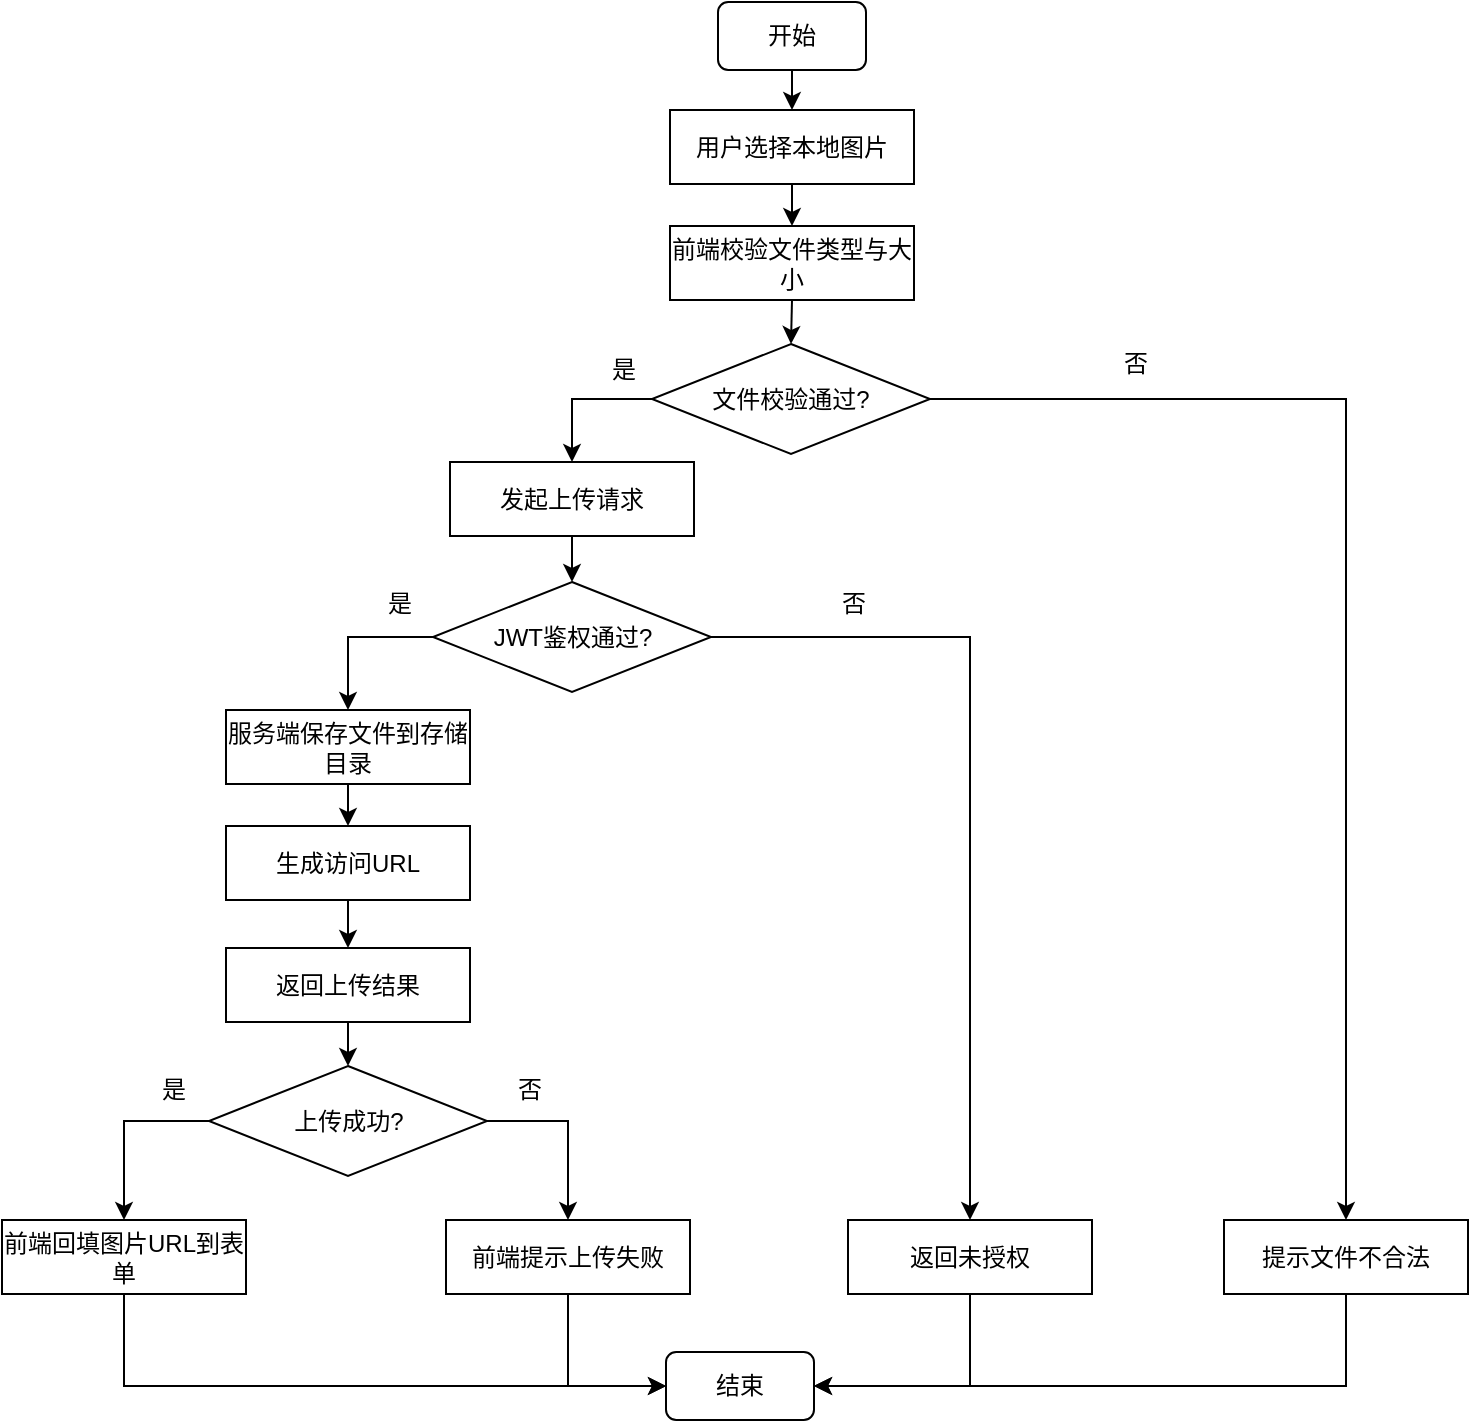
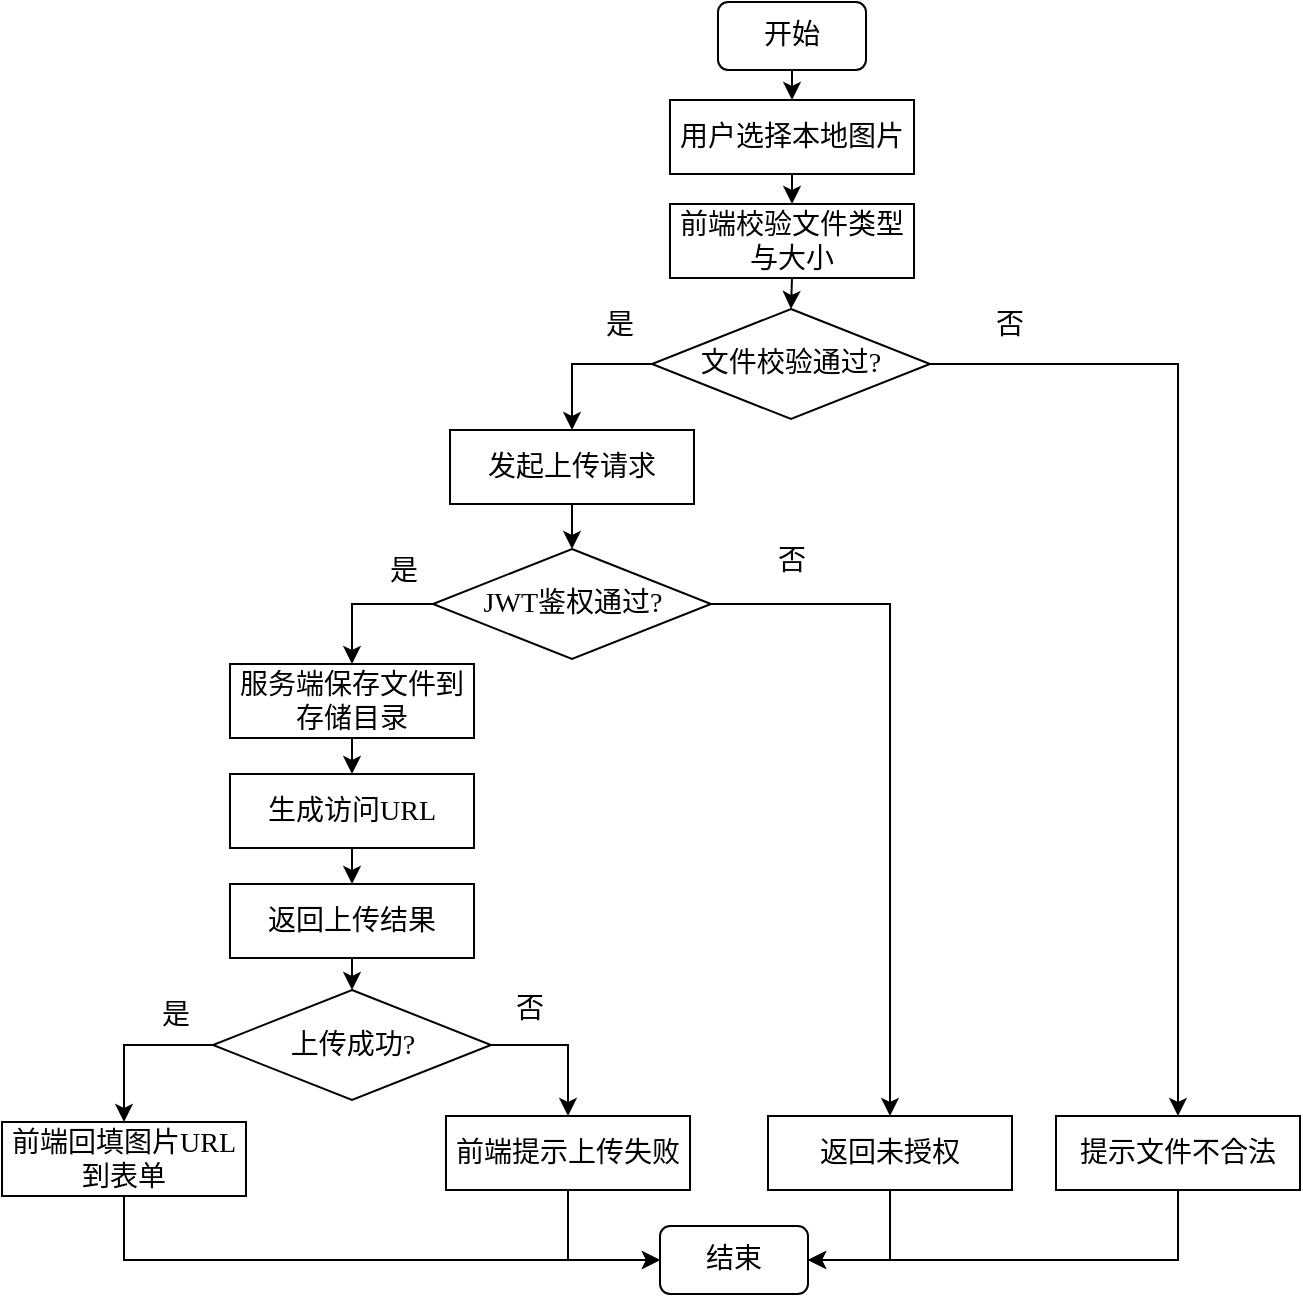
<mxfile host="app.diagrams.net">
  <diagram name="第 1 页" id="8rbLotPfemy9bA8sLSZM">
-     <mxGraphModel dx="1160" dy="824" grid="0" gridSize="10" guides="1" tooltips="1" connect="1" arrows="1" fold="1" page="1" pageScale="1" pageWidth="827" pageHeight="1169" math="0" shadow="0">
+     <mxGraphModel dx="1406" dy="780" grid="0" gridSize="10" guides="1" tooltips="1" connect="1" arrows="1" fold="1" page="1" pageScale="1" pageWidth="827" pageHeight="1169" math="0" shadow="0">
      <root>
        <mxCell id="0" />
        <mxCell id="1" parent="0" />
-         <mxCell id="-TWtyErHsBBq8LiOBw_3-1" parent="1" style="rounded=1;whiteSpace=wrap;html=1;" value="&lt;span style=&quot;font-size: 12px;&quot;&gt;开始&lt;/span&gt;" vertex="1">
+         <mxCell id="-TWtyErHsBBq8LiOBw_3-1" parent="1" style="rounded=1;whiteSpace=wrap;html=1;fontFamily=仿宋;fontSize=14;" value="&lt;span&gt;开始&lt;/span&gt;" vertex="1">
          <mxGeometry height="34" width="74" x="377" y="18" as="geometry" />
        </mxCell>
-         <mxCell id="-TWtyErHsBBq8LiOBw_3-2" parent="1" style="rounded=0;whiteSpace=wrap;html=1;" value="&lt;span style=&quot;font-size: 12px;&quot;&gt;用户选择本地图片&lt;/span&gt;" vertex="1">
-           <mxGeometry height="37" width="122" x="353" y="72" as="geometry" />
+         <mxCell id="-TWtyErHsBBq8LiOBw_3-2" parent="1" style="rounded=0;whiteSpace=wrap;html=1;fontFamily=仿宋;fontSize=14;" value="&lt;span&gt;用户选择本地图片&lt;/span&gt;" vertex="1">
+           <mxGeometry height="37" width="122" x="353" y="67" as="geometry" />
        </mxCell>
-         <mxCell id="-TWtyErHsBBq8LiOBw_3-3" parent="1" style="rounded=0;whiteSpace=wrap;html=1;" value="&lt;span style=&quot;font-size: 12px;&quot;&gt;前端校验文件类型与大小&lt;/span&gt;" vertex="1">
-           <mxGeometry height="37" width="122" x="353" y="130" as="geometry" />
+         <mxCell id="-TWtyErHsBBq8LiOBw_3-3" parent="1" style="rounded=0;whiteSpace=wrap;html=1;fontFamily=仿宋;fontSize=14;" value="&lt;span&gt;前端校验文件类型与大小&lt;/span&gt;" vertex="1">
+           <mxGeometry height="37" width="122" x="353" y="119" as="geometry" />
        </mxCell>
-         <mxCell id="-TWtyErHsBBq8LiOBw_3-4" parent="1" style="rounded=0;whiteSpace=wrap;html=1;" value="&lt;span style=&quot;font-size: 12px;&quot;&gt;发起上传请求&lt;/span&gt;" vertex="1">
-           <mxGeometry height="37" width="122" x="243" y="248" as="geometry" />
+         <mxCell id="-TWtyErHsBBq8LiOBw_3-4" parent="1" style="rounded=0;whiteSpace=wrap;html=1;fontFamily=仿宋;fontSize=14;" value="&lt;span&gt;发起上传请求&lt;/span&gt;" vertex="1">
+           <mxGeometry height="37" width="122" x="243" y="232" as="geometry" />
        </mxCell>
-         <mxCell id="-TWtyErHsBBq8LiOBw_3-5" parent="1" style="rounded=0;whiteSpace=wrap;html=1;" value="&lt;span style=&quot;font-size: 12px;&quot;&gt;服务端保存文件到存储目录&lt;/span&gt;" vertex="1">
-           <mxGeometry height="37" width="122" x="131" y="372" as="geometry" />
+         <mxCell id="-TWtyErHsBBq8LiOBw_3-5" parent="1" style="rounded=0;whiteSpace=wrap;html=1;fontFamily=仿宋;fontSize=14;" value="&lt;span&gt;服务端保存文件到存储目录&lt;/span&gt;" vertex="1">
+           <mxGeometry height="37" width="122" x="133" y="349" as="geometry" />
        </mxCell>
-         <mxCell id="-TWtyErHsBBq8LiOBw_3-6" parent="1" style="rounded=0;whiteSpace=wrap;html=1;" value="&lt;span style=&quot;font-size: 12px;&quot;&gt;生成访问URL&lt;/span&gt;" vertex="1">
-           <mxGeometry height="37" width="122" x="131" y="430" as="geometry" />
+         <mxCell id="-TWtyErHsBBq8LiOBw_3-6" parent="1" style="rounded=0;whiteSpace=wrap;html=1;fontFamily=仿宋;fontSize=14;" value="&lt;span&gt;生成访问URL&lt;/span&gt;" vertex="1">
+           <mxGeometry height="37" width="122" x="133" y="404" as="geometry" />
        </mxCell>
-         <mxCell id="-TWtyErHsBBq8LiOBw_3-7" parent="1" style="rounded=0;whiteSpace=wrap;html=1;" value="&lt;span style=&quot;font-size: 12px;&quot;&gt;返回上传结果&lt;/span&gt;" vertex="1">
-           <mxGeometry height="37" width="122" x="131" y="491" as="geometry" />
+         <mxCell id="-TWtyErHsBBq8LiOBw_3-7" parent="1" style="rounded=0;whiteSpace=wrap;html=1;fontFamily=仿宋;fontSize=14;" value="&lt;span&gt;返回上传结果&lt;/span&gt;" vertex="1">
+           <mxGeometry height="37" width="122" x="133" y="459" as="geometry" />
        </mxCell>
-         <mxCell id="-TWtyErHsBBq8LiOBw_3-8" parent="1" style="rounded=0;whiteSpace=wrap;html=1;" value="&lt;span style=&quot;font-size: 12px;&quot;&gt;前端回填图片URL到表单&lt;/span&gt;" vertex="1">
-           <mxGeometry height="37" width="122" x="19" y="627" as="geometry" />
+         <mxCell id="-TWtyErHsBBq8LiOBw_3-8" parent="1" style="rounded=0;whiteSpace=wrap;html=1;fontFamily=仿宋;fontSize=14;" value="&lt;span&gt;前端回填图片URL到表单&lt;/span&gt;" vertex="1">
+           <mxGeometry height="37" width="122" x="19" y="578" as="geometry" />
        </mxCell>
-         <mxCell id="-TWtyErHsBBq8LiOBw_3-9" parent="1" style="rounded=0;whiteSpace=wrap;html=1;" value="&lt;span style=&quot;font-size: 12px;&quot;&gt;前端提示上传失败&lt;/span&gt;" vertex="1">
-           <mxGeometry height="37" width="122" x="241" y="627" as="geometry" />
+         <mxCell id="-TWtyErHsBBq8LiOBw_3-9" parent="1" style="rounded=0;whiteSpace=wrap;html=1;fontFamily=仿宋;fontSize=14;" value="&lt;span&gt;前端提示上传失败&lt;/span&gt;" vertex="1">
+           <mxGeometry height="37" width="122" x="241" y="575" as="geometry" />
        </mxCell>
-         <mxCell id="-TWtyErHsBBq8LiOBw_3-10" parent="1" style="rounded=0;whiteSpace=wrap;html=1;" value="&lt;span style=&quot;font-size: 12px;&quot;&gt;返回未授权&lt;/span&gt;" vertex="1">
-           <mxGeometry height="37" width="122" x="442" y="627" as="geometry" />
+         <mxCell id="-TWtyErHsBBq8LiOBw_3-10" parent="1" style="rounded=0;whiteSpace=wrap;html=1;fontFamily=仿宋;fontSize=14;" value="&lt;span&gt;返回未授权&lt;/span&gt;" vertex="1">
+           <mxGeometry height="37" width="122" x="402" y="575" as="geometry" />
        </mxCell>
-         <mxCell id="-TWtyErHsBBq8LiOBw_3-11" parent="1" style="rounded=0;whiteSpace=wrap;html=1;" value="&lt;span style=&quot;font-size: 12px;&quot;&gt;提示文件不合法&lt;/span&gt;" vertex="1">
-           <mxGeometry height="37" width="122" x="630" y="627" as="geometry" />
+         <mxCell id="-TWtyErHsBBq8LiOBw_3-11" parent="1" style="rounded=0;whiteSpace=wrap;html=1;fontFamily=仿宋;fontSize=14;" value="&lt;span&gt;提示文件不合法&lt;/span&gt;" vertex="1">
+           <mxGeometry height="37" width="122" x="546" y="575" as="geometry" />
        </mxCell>
-         <mxCell id="-TWtyErHsBBq8LiOBw_3-12" parent="1" style="rhombus;whiteSpace=wrap;html=1;" value="&lt;span style=&quot;font-size: 12px;&quot;&gt;文件校验通过?&lt;/span&gt;" vertex="1">
-           <mxGeometry height="55" width="139" x="344" y="189" as="geometry" />
+         <mxCell id="-TWtyErHsBBq8LiOBw_3-12" parent="1" style="rhombus;whiteSpace=wrap;html=1;fontFamily=仿宋;fontSize=14;" value="&lt;span&gt;文件校验通过?&lt;/span&gt;" vertex="1">
+           <mxGeometry height="55" width="139" x="344" y="171.5" as="geometry" />
        </mxCell>
-         <mxCell id="-TWtyErHsBBq8LiOBw_3-13" parent="1" style="rhombus;whiteSpace=wrap;html=1;" value="&lt;span style=&quot;font-size: 12px;&quot;&gt;JWT鉴权通过?&lt;/span&gt;" vertex="1">
-           <mxGeometry height="55" width="139" x="234.5" y="308" as="geometry" />
+         <mxCell id="-TWtyErHsBBq8LiOBw_3-13" parent="1" style="rhombus;whiteSpace=wrap;html=1;fontFamily=仿宋;fontSize=14;" value="&lt;span&gt;JWT鉴权通过?&lt;/span&gt;" vertex="1">
+           <mxGeometry height="55" width="139" x="234.5" y="291.5" as="geometry" />
        </mxCell>
-         <mxCell id="-TWtyErHsBBq8LiOBw_3-14" parent="1" style="rhombus;whiteSpace=wrap;html=1;" value="&lt;span style=&quot;font-size: 12px;&quot;&gt;上传成功?&lt;/span&gt;" vertex="1">
-           <mxGeometry height="55" width="139" x="122.5" y="550" as="geometry" />
+         <mxCell id="-TWtyErHsBBq8LiOBw_3-14" parent="1" style="rhombus;whiteSpace=wrap;html=1;fontFamily=仿宋;fontSize=14;" value="&lt;span&gt;上传成功?&lt;/span&gt;" vertex="1">
+           <mxGeometry height="55" width="139" x="124.5" y="512" as="geometry" />
        </mxCell>
-         <mxCell id="-TWtyErHsBBq8LiOBw_3-15" edge="1" parent="1" source="-TWtyErHsBBq8LiOBw_3-1" style="endArrow=classic;html=1;rounded=0;exitX=0.5;exitY=1;exitDx=0;exitDy=0;entryX=0.5;entryY=0;entryDx=0;entryDy=0;" target="-TWtyErHsBBq8LiOBw_3-2" value="">
+         <mxCell id="-TWtyErHsBBq8LiOBw_3-15" edge="1" parent="1" source="-TWtyErHsBBq8LiOBw_3-1" style="endArrow=classic;html=1;rounded=0;exitX=0.5;exitY=1;exitDx=0;exitDy=0;entryX=0.5;entryY=0;entryDx=0;entryDy=0;fontFamily=仿宋;fontSize=14;" target="-TWtyErHsBBq8LiOBw_3-2" value="">
          <mxGeometry height="50" relative="1" width="50" as="geometry">
            <mxPoint x="388" y="227" as="sourcePoint" />
            <mxPoint x="438" y="177" as="targetPoint" />
          </mxGeometry>
        </mxCell>
-         <mxCell id="-TWtyErHsBBq8LiOBw_3-17" edge="1" parent="1" source="-TWtyErHsBBq8LiOBw_3-2" style="endArrow=classic;html=1;rounded=0;exitX=0.5;exitY=1;exitDx=0;exitDy=0;entryX=0.5;entryY=0;entryDx=0;entryDy=0;" target="-TWtyErHsBBq8LiOBw_3-3" value="">
+         <mxCell id="-TWtyErHsBBq8LiOBw_3-17" edge="1" parent="1" source="-TWtyErHsBBq8LiOBw_3-2" style="endArrow=classic;html=1;rounded=0;exitX=0.5;exitY=1;exitDx=0;exitDy=0;entryX=0.5;entryY=0;entryDx=0;entryDy=0;fontFamily=仿宋;fontSize=14;" target="-TWtyErHsBBq8LiOBw_3-3" value="">
          <mxGeometry height="50" relative="1" width="50" as="geometry">
            <mxPoint x="627" y="205" as="sourcePoint" />
            <mxPoint x="629" y="247" as="targetPoint" />
          </mxGeometry>
        </mxCell>
-         <mxCell id="-TWtyErHsBBq8LiOBw_3-18" edge="1" parent="1" source="-TWtyErHsBBq8LiOBw_3-3" style="endArrow=classic;html=1;rounded=0;exitX=0.5;exitY=1;exitDx=0;exitDy=0;entryX=0.5;entryY=0;entryDx=0;entryDy=0;" target="-TWtyErHsBBq8LiOBw_3-12" value="">
+         <mxCell id="-TWtyErHsBBq8LiOBw_3-18" edge="1" parent="1" source="-TWtyErHsBBq8LiOBw_3-3" style="endArrow=classic;html=1;rounded=0;exitX=0.5;exitY=1;exitDx=0;exitDy=0;entryX=0.5;entryY=0;entryDx=0;entryDy=0;fontFamily=仿宋;fontSize=14;" target="-TWtyErHsBBq8LiOBw_3-12" value="">
          <mxGeometry height="50" relative="1" width="50" as="geometry">
            <mxPoint x="545" y="301" as="sourcePoint" />
            <mxPoint x="547" y="343" as="targetPoint" />
          </mxGeometry>
        </mxCell>
-         <mxCell id="-TWtyErHsBBq8LiOBw_3-19" edge="1" parent="1" source="-TWtyErHsBBq8LiOBw_3-4" style="endArrow=classic;html=1;rounded=0;exitX=0.5;exitY=1;exitDx=0;exitDy=0;entryX=0.5;entryY=0;entryDx=0;entryDy=0;" target="-TWtyErHsBBq8LiOBw_3-13" value="">
+         <mxCell id="-TWtyErHsBBq8LiOBw_3-19" edge="1" parent="1" source="-TWtyErHsBBq8LiOBw_3-4" style="endArrow=classic;html=1;rounded=0;exitX=0.5;exitY=1;exitDx=0;exitDy=0;entryX=0.5;entryY=0;entryDx=0;entryDy=0;fontFamily=仿宋;fontSize=14;" target="-TWtyErHsBBq8LiOBw_3-13" value="">
          <mxGeometry height="50" relative="1" width="50" as="geometry">
            <mxPoint x="451" y="369" as="sourcePoint" />
            <mxPoint x="453" y="411" as="targetPoint" />
          </mxGeometry>
        </mxCell>
-         <mxCell id="-TWtyErHsBBq8LiOBw_3-20" edge="1" parent="1" source="-TWtyErHsBBq8LiOBw_3-5" style="endArrow=classic;html=1;rounded=0;exitX=0.5;exitY=1;exitDx=0;exitDy=0;entryX=0.5;entryY=0;entryDx=0;entryDy=0;" target="-TWtyErHsBBq8LiOBw_3-6" value="">
+         <mxCell id="-TWtyErHsBBq8LiOBw_3-20" edge="1" parent="1" source="-TWtyErHsBBq8LiOBw_3-5" style="endArrow=classic;html=1;rounded=0;exitX=0.5;exitY=1;exitDx=0;exitDy=0;entryX=0.5;entryY=0;entryDx=0;entryDy=0;fontFamily=仿宋;fontSize=14;" target="-TWtyErHsBBq8LiOBw_3-6" value="">
          <mxGeometry height="50" relative="1" width="50" as="geometry">
            <mxPoint x="272" y="507" as="sourcePoint" />
            <mxPoint x="274" y="549" as="targetPoint" />
          </mxGeometry>
        </mxCell>
-         <mxCell id="-TWtyErHsBBq8LiOBw_3-21" edge="1" parent="1" source="-TWtyErHsBBq8LiOBw_3-6" style="endArrow=classic;html=1;rounded=0;exitX=0.5;exitY=1;exitDx=0;exitDy=0;entryX=0.5;entryY=0;entryDx=0;entryDy=0;" target="-TWtyErHsBBq8LiOBw_3-7" value="">
+         <mxCell id="-TWtyErHsBBq8LiOBw_3-21" edge="1" parent="1" source="-TWtyErHsBBq8LiOBw_3-6" style="endArrow=classic;html=1;rounded=0;exitX=0.5;exitY=1;exitDx=0;exitDy=0;entryX=0.5;entryY=0;entryDx=0;entryDy=0;fontFamily=仿宋;fontSize=14;" target="-TWtyErHsBBq8LiOBw_3-7" value="">
          <mxGeometry height="50" relative="1" width="50" as="geometry">
            <mxPoint x="288" y="690" as="sourcePoint" />
            <mxPoint x="290" y="732" as="targetPoint" />
          </mxGeometry>
        </mxCell>
-         <mxCell id="-TWtyErHsBBq8LiOBw_3-22" edge="1" parent="1" source="-TWtyErHsBBq8LiOBw_3-7" style="endArrow=classic;html=1;rounded=0;exitX=0.5;exitY=1;exitDx=0;exitDy=0;entryX=0.5;entryY=0;entryDx=0;entryDy=0;" target="-TWtyErHsBBq8LiOBw_3-14" value="">
+         <mxCell id="-TWtyErHsBBq8LiOBw_3-22" edge="1" parent="1" source="-TWtyErHsBBq8LiOBw_3-7" style="endArrow=classic;html=1;rounded=0;exitX=0.5;exitY=1;exitDx=0;exitDy=0;entryX=0.5;entryY=0;entryDx=0;entryDy=0;fontFamily=仿宋;fontSize=14;" target="-TWtyErHsBBq8LiOBw_3-14" value="">
          <mxGeometry height="50" relative="1" width="50" as="geometry">
            <mxPoint x="360" y="680" as="sourcePoint" />
            <mxPoint x="362" y="722" as="targetPoint" />
          </mxGeometry>
        </mxCell>
-         <mxCell id="-TWtyErHsBBq8LiOBw_3-23" edge="1" parent="1" source="-TWtyErHsBBq8LiOBw_3-14" style="endArrow=classic;html=1;rounded=0;exitX=0;exitY=0.5;exitDx=0;exitDy=0;entryX=0.5;entryY=0;entryDx=0;entryDy=0;edgeStyle=orthogonalEdgeStyle;" target="-TWtyErHsBBq8LiOBw_3-8" value="">
+         <mxCell id="-TWtyErHsBBq8LiOBw_3-23" edge="1" parent="1" source="-TWtyErHsBBq8LiOBw_3-14" style="endArrow=classic;html=1;rounded=0;exitX=0;exitY=0.5;exitDx=0;exitDy=0;entryX=0.5;entryY=0;entryDx=0;entryDy=0;edgeStyle=orthogonalEdgeStyle;fontFamily=仿宋;fontSize=14;" target="-TWtyErHsBBq8LiOBw_3-8" value="">
          <mxGeometry height="50" relative="1" width="50" as="geometry">
            <mxPoint x="448" y="700" as="sourcePoint" />
            <mxPoint x="450" y="742" as="targetPoint" />
          </mxGeometry>
        </mxCell>
-         <mxCell id="-TWtyErHsBBq8LiOBw_3-24" edge="1" parent="1" source="-TWtyErHsBBq8LiOBw_3-14" style="endArrow=classic;html=1;rounded=0;exitX=1;exitY=0.5;exitDx=0;exitDy=0;entryX=0.5;entryY=0;entryDx=0;entryDy=0;edgeStyle=orthogonalEdgeStyle;" target="-TWtyErHsBBq8LiOBw_3-9" value="">
+         <mxCell id="-TWtyErHsBBq8LiOBw_3-24" edge="1" parent="1" source="-TWtyErHsBBq8LiOBw_3-14" style="endArrow=classic;html=1;rounded=0;exitX=1;exitY=0.5;exitDx=0;exitDy=0;entryX=0.5;entryY=0;entryDx=0;entryDy=0;edgeStyle=orthogonalEdgeStyle;fontFamily=仿宋;fontSize=14;" target="-TWtyErHsBBq8LiOBw_3-9" value="">
          <mxGeometry height="50" relative="1" width="50" as="geometry">
            <mxPoint x="467" y="764" as="sourcePoint" />
            <mxPoint x="426" y="873" as="targetPoint" />
          </mxGeometry>
        </mxCell>
-         <mxCell id="-TWtyErHsBBq8LiOBw_3-25" edge="1" parent="1" source="-TWtyErHsBBq8LiOBw_3-13" style="endArrow=classic;html=1;rounded=0;exitX=1;exitY=0.5;exitDx=0;exitDy=0;entryX=0.5;entryY=0;entryDx=0;entryDy=0;edgeStyle=orthogonalEdgeStyle;" target="-TWtyErHsBBq8LiOBw_3-10" value="">
+         <mxCell id="-TWtyErHsBBq8LiOBw_3-25" edge="1" parent="1" source="-TWtyErHsBBq8LiOBw_3-13" style="endArrow=classic;html=1;rounded=0;exitX=1;exitY=0.5;exitDx=0;exitDy=0;entryX=0.5;entryY=0;entryDx=0;entryDy=0;edgeStyle=orthogonalEdgeStyle;fontFamily=仿宋;fontSize=14;" target="-TWtyErHsBBq8LiOBw_3-10" value="">
          <mxGeometry height="50" relative="1" width="50" as="geometry">
            <mxPoint x="447" y="510" as="sourcePoint" />
            <mxPoint x="406" y="619" as="targetPoint" />
          </mxGeometry>
        </mxCell>
-         <mxCell id="-TWtyErHsBBq8LiOBw_3-26" edge="1" parent="1" source="-TWtyErHsBBq8LiOBw_3-12" style="endArrow=classic;html=1;rounded=0;exitX=1;exitY=0.5;exitDx=0;exitDy=0;entryX=0.5;entryY=0;entryDx=0;entryDy=0;edgeStyle=orthogonalEdgeStyle;" target="-TWtyErHsBBq8LiOBw_3-11" value="">
+         <mxCell id="-TWtyErHsBBq8LiOBw_3-26" edge="1" parent="1" source="-TWtyErHsBBq8LiOBw_3-12" style="endArrow=classic;html=1;rounded=0;exitX=1;exitY=0.5;exitDx=0;exitDy=0;entryX=0.5;entryY=0;entryDx=0;entryDy=0;edgeStyle=orthogonalEdgeStyle;fontFamily=仿宋;fontSize=14;" target="-TWtyErHsBBq8LiOBw_3-11" value="">
          <mxGeometry height="50" relative="1" width="50" as="geometry">
            <mxPoint x="713" y="321" as="sourcePoint" />
            <mxPoint x="672" y="430" as="targetPoint" />
          </mxGeometry>
        </mxCell>
-         <mxCell id="-TWtyErHsBBq8LiOBw_3-27" edge="1" parent="1" source="-TWtyErHsBBq8LiOBw_3-13" style="endArrow=classic;html=1;rounded=0;exitX=0;exitY=0.5;exitDx=0;exitDy=0;entryX=0.5;entryY=0;entryDx=0;entryDy=0;edgeStyle=orthogonalEdgeStyle;" target="-TWtyErHsBBq8LiOBw_3-5" value="">
+         <mxCell id="-TWtyErHsBBq8LiOBw_3-27" edge="1" parent="1" source="-TWtyErHsBBq8LiOBw_3-13" style="endArrow=classic;html=1;rounded=0;exitX=0;exitY=0.5;exitDx=0;exitDy=0;entryX=0.5;entryY=0;entryDx=0;entryDy=0;edgeStyle=orthogonalEdgeStyle;fontFamily=仿宋;fontSize=14;" target="-TWtyErHsBBq8LiOBw_3-5" value="">
          <mxGeometry height="50" relative="1" width="50" as="geometry">
            <mxPoint x="286" y="206" as="sourcePoint" />
            <mxPoint x="245" y="315" as="targetPoint" />
          </mxGeometry>
        </mxCell>
-         <mxCell id="-TWtyErHsBBq8LiOBw_3-28" edge="1" parent="1" source="-TWtyErHsBBq8LiOBw_3-12" style="endArrow=classic;html=1;rounded=0;exitX=0;exitY=0.5;exitDx=0;exitDy=0;entryX=0.5;entryY=0;entryDx=0;entryDy=0;edgeStyle=orthogonalEdgeStyle;" target="-TWtyErHsBBq8LiOBw_3-4" value="">
+         <mxCell id="-TWtyErHsBBq8LiOBw_3-28" edge="1" parent="1" source="-TWtyErHsBBq8LiOBw_3-12" style="endArrow=classic;html=1;rounded=0;exitX=0;exitY=0.5;exitDx=0;exitDy=0;entryX=0.5;entryY=0;entryDx=0;entryDy=0;edgeStyle=orthogonalEdgeStyle;fontFamily=仿宋;fontSize=14;" target="-TWtyErHsBBq8LiOBw_3-4" value="">
          <mxGeometry height="50" relative="1" width="50" as="geometry">
            <mxPoint x="191" y="143" as="sourcePoint" />
            <mxPoint x="150" y="252" as="targetPoint" />
          </mxGeometry>
        </mxCell>
-         <mxCell id="-TWtyErHsBBq8LiOBw_3-29" parent="1" style="rounded=1;whiteSpace=wrap;html=1;" value="&lt;span style=&quot;font-size: 12px;&quot;&gt;结束&lt;/span&gt;" vertex="1">
-           <mxGeometry height="34" width="74" x="351" y="693" as="geometry" />
+         <mxCell id="-TWtyErHsBBq8LiOBw_3-29" parent="1" style="rounded=1;whiteSpace=wrap;html=1;fontFamily=仿宋;fontSize=14;" value="&lt;span&gt;结束&lt;/span&gt;" vertex="1">
+           <mxGeometry height="34" width="74" x="348" y="630" as="geometry" />
        </mxCell>
-         <mxCell id="-TWtyErHsBBq8LiOBw_3-30" edge="1" parent="1" source="-TWtyErHsBBq8LiOBw_3-8" style="endArrow=classic;html=1;rounded=0;exitX=0.5;exitY=1;exitDx=0;exitDy=0;edgeStyle=orthogonalEdgeStyle;entryX=0;entryY=0.5;entryDx=0;entryDy=0;" target="-TWtyErHsBBq8LiOBw_3-29" value="">
+         <mxCell id="-TWtyErHsBBq8LiOBw_3-30" edge="1" parent="1" source="-TWtyErHsBBq8LiOBw_3-8" style="endArrow=classic;html=1;rounded=0;exitX=0.5;exitY=1;exitDx=0;exitDy=0;edgeStyle=orthogonalEdgeStyle;entryX=0;entryY=0.5;entryDx=0;entryDy=0;fontFamily=仿宋;fontSize=14;" target="-TWtyErHsBBq8LiOBw_3-29" value="">
          <mxGeometry height="50" relative="1" width="50" as="geometry">
            <mxPoint x="203" y="1019" as="sourcePoint" />
            <mxPoint x="167" y="1122" as="targetPoint" />
          </mxGeometry>
        </mxCell>
-         <mxCell id="-TWtyErHsBBq8LiOBw_3-31" edge="1" parent="1" source="-TWtyErHsBBq8LiOBw_3-9" style="endArrow=classic;html=1;rounded=0;entryX=0;entryY=0.5;entryDx=0;entryDy=0;edgeStyle=orthogonalEdgeStyle;" target="-TWtyErHsBBq8LiOBw_3-29" value="">
+         <mxCell id="-TWtyErHsBBq8LiOBw_3-31" edge="1" parent="1" source="-TWtyErHsBBq8LiOBw_3-9" style="endArrow=classic;html=1;rounded=0;entryX=0;entryY=0.5;entryDx=0;entryDy=0;edgeStyle=orthogonalEdgeStyle;fontFamily=仿宋;fontSize=14;" target="-TWtyErHsBBq8LiOBw_3-29" value="">
          <mxGeometry height="50" relative="1" width="50" as="geometry">
            <mxPoint x="389" y="955" as="sourcePoint" />
            <mxPoint x="348" y="1064" as="targetPoint" />
          </mxGeometry>
        </mxCell>
-         <mxCell id="-TWtyErHsBBq8LiOBw_3-32" edge="1" parent="1" source="-TWtyErHsBBq8LiOBw_3-10" style="endArrow=classic;html=1;rounded=0;exitX=0.5;exitY=1;exitDx=0;exitDy=0;entryX=1;entryY=0.5;entryDx=0;entryDy=0;edgeStyle=orthogonalEdgeStyle;" target="-TWtyErHsBBq8LiOBw_3-29" value="">
+         <mxCell id="-TWtyErHsBBq8LiOBw_3-32" edge="1" parent="1" source="-TWtyErHsBBq8LiOBw_3-10" style="endArrow=classic;html=1;rounded=0;exitX=0.5;exitY=1;exitDx=0;exitDy=0;entryX=1;entryY=0.5;entryDx=0;entryDy=0;edgeStyle=orthogonalEdgeStyle;fontFamily=仿宋;fontSize=14;" target="-TWtyErHsBBq8LiOBw_3-29" value="">
          <mxGeometry height="50" relative="1" width="50" as="geometry">
            <mxPoint x="609" y="1024" as="sourcePoint" />
            <mxPoint x="568" y="1133" as="targetPoint" />
          </mxGeometry>
        </mxCell>
-         <mxCell id="-TWtyErHsBBq8LiOBw_3-33" edge="1" parent="1" source="-TWtyErHsBBq8LiOBw_3-11" style="endArrow=classic;html=1;rounded=0;exitX=0.5;exitY=1;exitDx=0;exitDy=0;entryX=1;entryY=0.5;entryDx=0;entryDy=0;edgeStyle=orthogonalEdgeStyle;" target="-TWtyErHsBBq8LiOBw_3-29" value="">
+         <mxCell id="-TWtyErHsBBq8LiOBw_3-33" edge="1" parent="1" source="-TWtyErHsBBq8LiOBw_3-11" style="endArrow=classic;html=1;rounded=0;exitX=0.5;exitY=1;exitDx=0;exitDy=0;entryX=1;entryY=0.5;entryDx=0;entryDy=0;edgeStyle=orthogonalEdgeStyle;fontFamily=仿宋;fontSize=14;" target="-TWtyErHsBBq8LiOBw_3-29" value="">
          <mxGeometry height="50" relative="1" width="50" as="geometry">
            <mxPoint x="686" y="1014" as="sourcePoint" />
            <mxPoint x="645" y="1123" as="targetPoint" />
          </mxGeometry>
        </mxCell>
-         <mxCell id="-TWtyErHsBBq8LiOBw_3-34" parent="1" style="text;html=1;whiteSpace=wrap;strokeColor=none;fillColor=none;align=center;verticalAlign=middle;rounded=0;" value="是" vertex="1">
-           <mxGeometry height="30" width="60" x="300" y="187" as="geometry" />
+         <mxCell id="-TWtyErHsBBq8LiOBw_3-34" parent="1" style="text;html=1;whiteSpace=wrap;strokeColor=none;fillColor=none;align=center;verticalAlign=middle;rounded=0;fontFamily=仿宋;fontSize=14;" value="是" vertex="1">
+           <mxGeometry height="30" width="60" x="298" y="165" as="geometry" />
        </mxCell>
-         <mxCell id="-TWtyErHsBBq8LiOBw_3-35" parent="1" style="text;html=1;whiteSpace=wrap;strokeColor=none;fillColor=none;align=center;verticalAlign=middle;rounded=0;" value="是" vertex="1">
-           <mxGeometry height="30" width="60" x="188" y="304" as="geometry" />
+         <mxCell id="-TWtyErHsBBq8LiOBw_3-35" parent="1" style="text;html=1;whiteSpace=wrap;strokeColor=none;fillColor=none;align=center;verticalAlign=middle;rounded=0;fontFamily=仿宋;fontSize=14;" value="是" vertex="1">
+           <mxGeometry height="30" width="60" x="190" y="288" as="geometry" />
        </mxCell>
-         <mxCell id="-TWtyErHsBBq8LiOBw_3-36" parent="1" style="text;html=1;whiteSpace=wrap;strokeColor=none;fillColor=none;align=center;verticalAlign=middle;rounded=0;" value="是" vertex="1">
-           <mxGeometry height="30" width="60" x="75" y="547" as="geometry" />
+         <mxCell id="-TWtyErHsBBq8LiOBw_3-36" parent="1" style="text;html=1;whiteSpace=wrap;strokeColor=none;fillColor=none;align=center;verticalAlign=middle;rounded=0;fontFamily=仿宋;fontSize=14;" value="是" vertex="1">
+           <mxGeometry height="30" width="60" x="76" y="510" as="geometry" />
        </mxCell>
-         <mxCell id="-TWtyErHsBBq8LiOBw_3-37" parent="1" style="text;html=1;whiteSpace=wrap;strokeColor=none;fillColor=none;align=center;verticalAlign=middle;rounded=0;" value="否" vertex="1">
-           <mxGeometry height="30" width="60" x="253" y="547" as="geometry" />
+         <mxCell id="-TWtyErHsBBq8LiOBw_3-37" parent="1" style="text;html=1;whiteSpace=wrap;strokeColor=none;fillColor=none;align=center;verticalAlign=middle;rounded=0;fontFamily=仿宋;fontSize=14;" value="否" vertex="1">
+           <mxGeometry height="30" width="60" x="253" y="507" as="geometry" />
        </mxCell>
-         <mxCell id="-TWtyErHsBBq8LiOBw_3-38" parent="1" style="text;html=1;whiteSpace=wrap;strokeColor=none;fillColor=none;align=center;verticalAlign=middle;rounded=0;" value="否" vertex="1">
-           <mxGeometry height="30" width="60" x="415" y="304" as="geometry" />
+         <mxCell id="-TWtyErHsBBq8LiOBw_3-38" parent="1" style="text;html=1;whiteSpace=wrap;strokeColor=none;fillColor=none;align=center;verticalAlign=middle;rounded=0;fontFamily=仿宋;fontSize=14;" value="否" vertex="1">
+           <mxGeometry height="30" width="60" x="384" y="283" as="geometry" />
        </mxCell>
-         <mxCell id="-TWtyErHsBBq8LiOBw_3-39" parent="1" style="text;html=1;whiteSpace=wrap;strokeColor=none;fillColor=none;align=center;verticalAlign=middle;rounded=0;" value="否" vertex="1">
-           <mxGeometry height="30" width="60" x="556" y="184" as="geometry" />
+         <mxCell id="-TWtyErHsBBq8LiOBw_3-39" parent="1" style="text;html=1;whiteSpace=wrap;strokeColor=none;fillColor=none;align=center;verticalAlign=middle;rounded=0;fontFamily=仿宋;fontSize=14;" value="否" vertex="1">
+           <mxGeometry height="30" width="60" x="493" y="165" as="geometry" />
        </mxCell>
      </root>
    </mxGraphModel>
  </diagram>
</mxfile>
